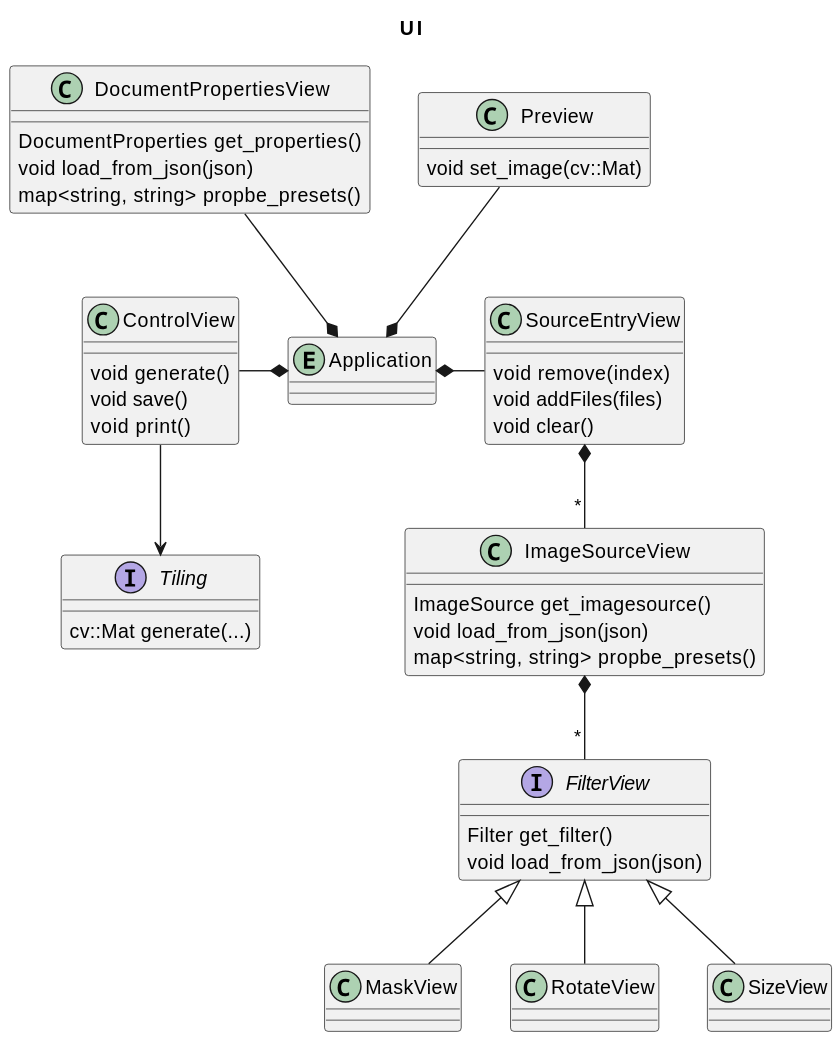
Gilgames32/printf keeps this PlantUML diagram as doc/figures/uml/ui.svg. Above is the earlier version.
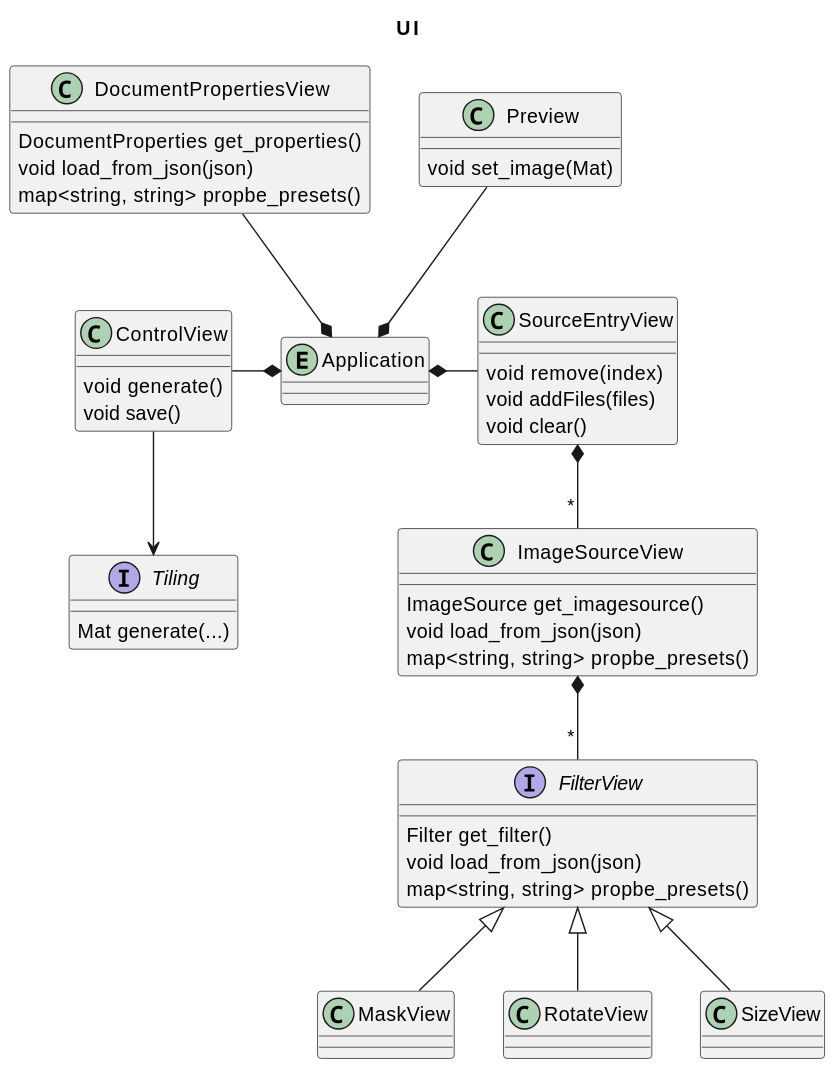
Above is the later version.

Diff of the diagram source:
```diff
@@ -22,6 +22,7 @@
 interface FilterView {
     Filter get_filter()
     void load_from_json(json)
+    map<string, string> propbe_presets()
 }
 ImageSourceView *-- "*" FilterView
 
@@ -49,18 +50,17 @@
 class ControlView {
     void generate()
     void save()
-    void print()
 }
 ControlView -* Application
 
 class Preview{
-    void set_image(cv::Mat)
+    void set_image(Mat)
 }
 Preview --* Application
 
 
 interface Tiling {
-    cv::Mat generate(...)
+    Mat generate(...)
 }
 ControlView --> Tiling
 @enduml
```
